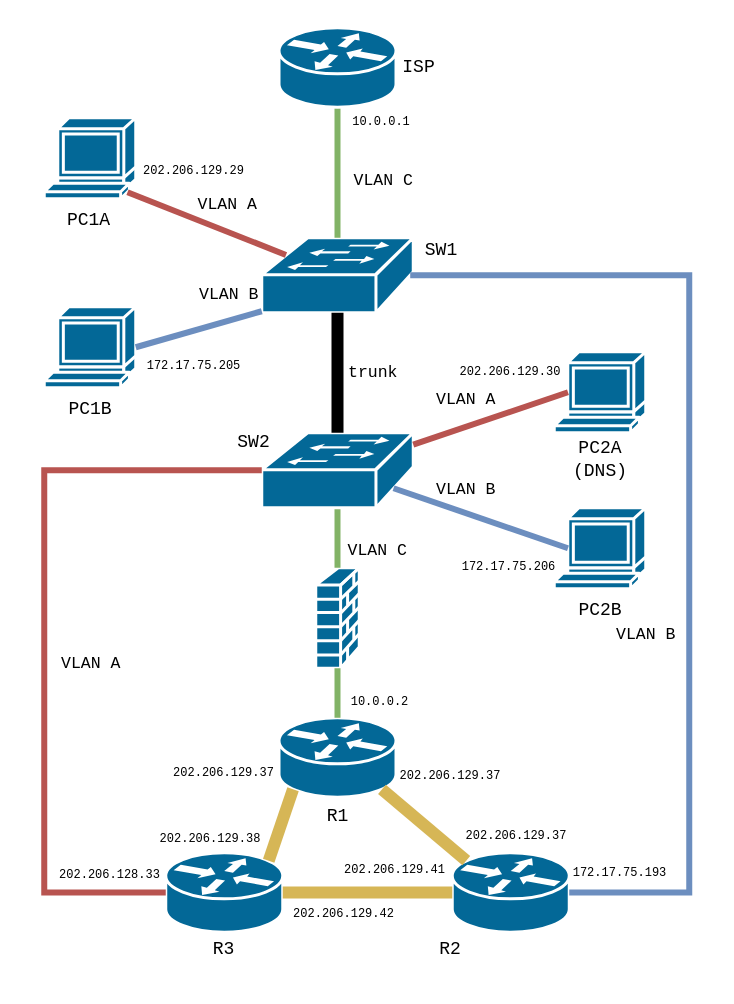
phatt-23/web keeps this draw.io diagram as topologie_s_adresami.drawio. Above is the earlier version. Source tidied: cells renumbered, new cells numbered last; positions are measured from the earlier drawing's top-left corner, leaving out a move shared by most shapes. Both pictures are drawn from the tidied source at 150%, with x=0, y=0 at pixel (44, 27).
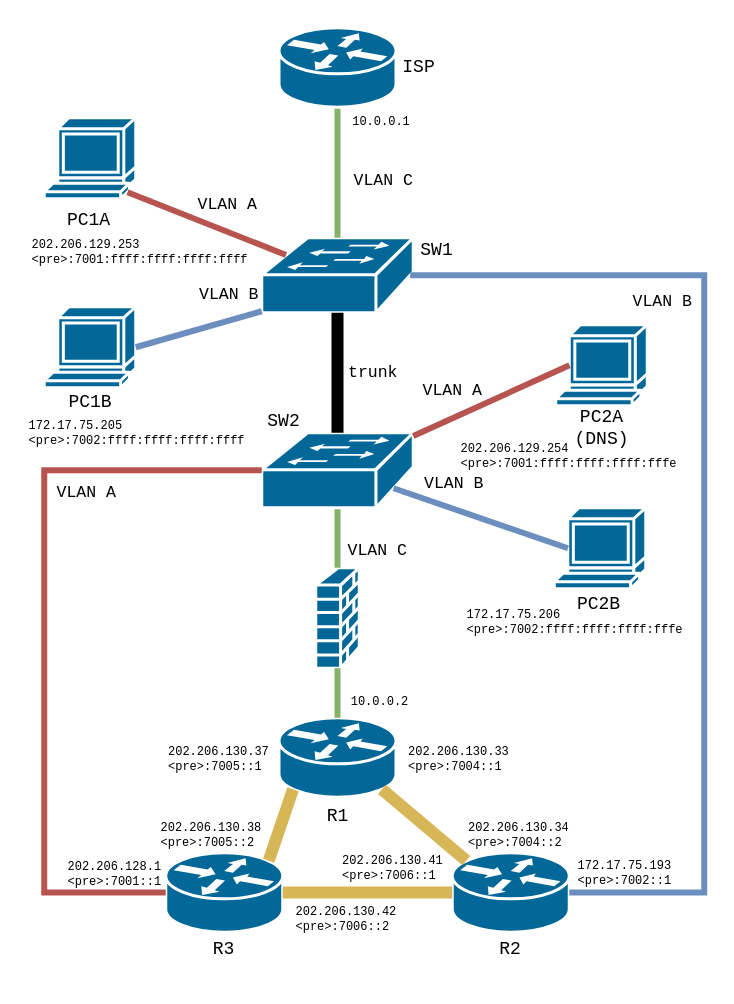
Above is the later version.

The change refers to these unchanged cells:
```xml
<mxCell id="2" style="shape=mxgraph.cisco.switches.workgroup_switch;sketch=0;html=1;dashed=0;fillColor=#036897;strokeColor=#ffffff;strokeWidth=2;verticalLabelPosition=bottom;verticalAlign=top;align=center;outlineConnect=0;" parent="1" vertex="1">
  <mxGeometry x="145" y="140" width="101" height="50" as="geometry" />
</mxCell>
<mxCell id="9" style="shape=mxgraph.cisco.routers.router;sketch=0;html=1;dashed=0;fillColor=#036897;strokeColor=#ffffff;strokeWidth=2;verticalLabelPosition=bottom;verticalAlign=top;align=center;outlineConnect=0;" parent="1" vertex="1">
  <mxGeometry x="272" y="550" width="78" height="53" as="geometry" />
</mxCell>
<mxCell id="29" style="edgeStyle=orthogonalEdgeStyle;rounded=0;jettySize=auto;html=1;entryX=0;entryY=0.5;entryDx=0;entryDy=0;entryPerimeter=0;fillColor=#f8cecc;strokeColor=#b85450;endArrow=none;endFill=0;strokeWidth=4;" parent="1" edge="1" source="8" target="10">
  <mxGeometry relative="1" as="geometry">
    <Array as="points">
      <mxPoint y="295" />
      <mxPoint y="577" />
      <mxPoint x="81" y="577" />
    </Array>
  </mxGeometry>
</mxCell>
```

The edit, as a diff of the source:
```diff
@@
     <mxCell id="11" style="shape=mxgraph.cisco.computers_and_peripherals.terminal;sketch=0;html=1;dashed=0;fillColor=#036897;strokeColor=#ffffff;strokeWidth=2;verticalLabelPosition=bottom;verticalAlign=top;align=center;outlineConnect=0;" parent="1" vertex="1">
-      <mxGeometry x="340" y="216" width="61" height="54" as="geometry" />
+      <mxGeometry x="341" y="198" width="61" height="54" as="geometry" />
     </mxCell>
@@
     <mxCell id="27" style="rounded=0;jettySize=auto;html=1;entryX=1;entryY=0.5;entryDx=0;entryDy=0;entryPerimeter=0;endArrow=none;endFill=0;edgeStyle=orthogonalEdgeStyle;fillColor=#dae8fc;strokeColor=#6c8ebf;strokeWidth=4;exitX=0.98;exitY=0.5;exitDx=0;exitDy=0;exitPerimeter=0;" parent="1" edge="1" source="2" target="9">
       <mxGeometry relative="1" as="geometry">
         <Array as="points">
-          <mxPoint x="430" y="165" />
-          <mxPoint x="430" y="577" />
+          <mxPoint x="440" y="165" />
+          <mxPoint x="440" y="577" />
         </Array>
       </mxGeometry>
     </mxCell>
     <mxCell id="28" value="&lt;pre&gt;VLAN B&lt;/pre&gt;" style="edgeLabel;html=1;align=center;verticalAlign=middle;labelBackgroundColor=none;" parent="27" vertex="1">
       <mxGeometry x="0.24" y="-1" relative="1" as="geometry">
-        <mxPoint x="-29" y="6" as="offset" />
+        <mxPoint x="-28" y="-218" as="offset" />
       </mxGeometry>
     </mxCell>
@@
     <mxCell id="30" value="&lt;pre&gt;VLAN A&lt;/pre&gt;" style="edgeLabel;html=1;align=center;verticalAlign=middle;labelBackgroundColor=none;" parent="29" vertex="1">
       <mxGeometry x="0.07" y="2" relative="1" as="geometry">
-        <mxPoint x="28" y="1" as="offset" />
+        <mxPoint x="25" y="-113" as="offset" />
       </mxGeometry>
     </mxCell>
@@
     <mxCell id="34" value="&lt;pre&gt;PC1B&lt;/pre&gt;" style="text;html=1;align=center;verticalAlign=middle;whiteSpace=wrap;rounded=0;" parent="1" vertex="1">
-      <mxGeometry x="0.5" y="240" width="60" height="30" as="geometry" />
+      <mxGeometry x="0.5" y="235" width="60" height="30" as="geometry" />
     </mxCell>
@@
     <mxCell id="36" value="&lt;pre&gt;SW1&lt;/pre&gt;" style="text;html=1;align=center;verticalAlign=middle;whiteSpace=wrap;rounded=0;" parent="1" vertex="1">
-      <mxGeometry x="234.5" y="134" width="60" height="30" as="geometry" />
+      <mxGeometry x="232" y="134" width="60" height="30" as="geometry" />
     </mxCell>
     <mxCell id="37" value="&lt;pre&gt;SW2&lt;/pre&gt;" style="text;html=1;align=center;verticalAlign=middle;whiteSpace=wrap;rounded=0;" parent="1" vertex="1">
-      <mxGeometry x="110" y="262" width="60" height="30" as="geometry" />
+      <mxGeometry x="130" y="248" width="60" height="30" as="geometry" />
     </mxCell>
     <mxCell id="38" value="&lt;pre&gt;PC2A&lt;br&gt;(DNS)&lt;br&gt;&lt;/pre&gt;" style="text;html=1;align=center;verticalAlign=middle;whiteSpace=wrap;rounded=0;" parent="1" vertex="1">
-      <mxGeometry x="341" y="273" width="60" height="30" as="geometry" />
+      <mxGeometry x="342" y="252" width="60" height="30" as="geometry" />
     </mxCell>
     <mxCell id="39" value="&lt;pre&gt;PC2B&lt;/pre&gt;" style="text;html=1;align=center;verticalAlign=middle;whiteSpace=wrap;rounded=0;" parent="1" vertex="1">
-      <mxGeometry x="341" y="374" width="60" height="30" as="geometry" />
+      <mxGeometry x="340" y="370" width="60" height="30" as="geometry" />
     </mxCell>
     <mxCell id="40" value="&lt;pre style=&quot;line-height: 0%;&quot;&gt;VLAN A&lt;/pre&gt;" style="edgeLabel;html=1;align=center;verticalAlign=middle;labelBackgroundColor=none;" parent="1" vertex="1">
-      <mxGeometry x="280" y="246" as="geometry" />
+      <mxGeometry x="271" y="240" as="geometry" />
     </mxCell>
     <mxCell id="41" value="&lt;pre&gt;VLAN B&lt;/pre&gt;" style="edgeLabel;html=1;align=center;verticalAlign=middle;labelBackgroundColor=none;" parent="1" vertex="1">
-      <mxGeometry x="280" y="307" as="geometry" />
+      <mxGeometry x="272" y="303" as="geometry" />
     </mxCell>
@@
     <mxCell id="44" value="&lt;pre&gt;R2&lt;br&gt;&lt;/pre&gt;" style="text;html=1;align=center;verticalAlign=middle;whiteSpace=wrap;rounded=0;" parent="1" vertex="1">
-      <mxGeometry x="241" y="600" width="60" height="30" as="geometry" />
+      <mxGeometry x="281" y="600" width="60" height="30" as="geometry" />
     </mxCell>
@@
-    <mxCell id="46" value="&lt;pre style=&quot;font-size: 11px;&quot;&gt;&lt;font style=&quot;font-size: 8px;&quot;&gt;202.206.129.29&lt;/font&gt;&lt;/pre&gt;" style="text;html=1;align=center;verticalAlign=middle;whiteSpace=wrap;rounded=0;" parent="1" vertex="1">
-      <mxGeometry x="70" y="80" width="60" height="30" as="geometry" />
+    <mxCell id="46" value="&lt;div align=&quot;left&quot;&gt;&lt;pre style=&quot;font-size: 8px;&quot;&gt;&lt;font style=&quot;font-size: 8px;&quot;&gt;202.206.129.253&lt;br&gt;&amp;lt;pre&amp;gt;:7001:ffff:ffff:ffff:ffff&lt;/font&gt;&lt;/pre&gt;&lt;/div&gt;" style="text;html=1;align=left;verticalAlign=middle;whiteSpace=wrap;rounded=0;" parent="1" vertex="1">
+      <mxGeometry x="-10" y="134" width="150" height="30" as="geometry" />
     </mxCell>
@@
-    <mxCell id="48" value="&lt;pre style=&quot;font-size: 11px;&quot;&gt;&lt;font style=&quot;font-size: 8px;&quot;&gt;202.206.129.30&lt;/font&gt;&lt;/pre&gt;" style="text;html=1;align=center;verticalAlign=middle;whiteSpace=wrap;rounded=0;" parent="1" vertex="1">
-      <mxGeometry x="281" y="214" width="60" height="30" as="geometry" />
+    <mxCell id="48" value="&lt;div align=&quot;left&quot;&gt;&lt;pre style=&quot;font-size: 8px;&quot;&gt;&lt;font style=&quot;font-size: 8px;&quot;&gt;202.206.129.254&lt;br&gt;&lt;font style=&quot;font-size: 8px;&quot;&gt;&amp;lt;pre&amp;gt;:7001:ffff:ffff:ffff:fffe&lt;/font&gt;&lt;/font&gt;&lt;/pre&gt;&lt;/div&gt;" style="text;html=1;align=left;verticalAlign=middle;whiteSpace=wrap;rounded=0;" parent="1" vertex="1">
+      <mxGeometry x="276" y="270" width="154" height="30" as="geometry" />
     </mxCell>
-    <mxCell id="49" value="&lt;pre&gt;&lt;font style=&quot;font-size: 8px;&quot;&gt;172.17.75.205&lt;/font&gt;&lt;/pre&gt;" style="text;html=1;align=center;verticalAlign=middle;whiteSpace=wrap;rounded=0;" parent="1" vertex="1">
-      <mxGeometry x="70" y="210" width="60" height="30" as="geometry" />
+    <mxCell id="49" value="&lt;div align=&quot;left&quot;&gt;&lt;pre style=&quot;font-size: 8px;&quot;&gt;&lt;font style=&quot;font-size: 8px;&quot;&gt;172.17.75.205&lt;br&gt;&lt;/font&gt;&lt;font style=&quot;font-size: 8px;&quot;&gt;&amp;lt;pre&amp;gt;:7002:ffff:ffff:ffff:ffff&lt;/font&gt;&lt;/pre&gt;&lt;/div&gt;" style="text;html=1;align=left;verticalAlign=middle;whiteSpace=wrap;rounded=0;" parent="1" vertex="1">
+      <mxGeometry x="-12" y="255" width="154" height="30" as="geometry" />
     </mxCell>
-    <mxCell id="50" value="&lt;pre&gt;&lt;font style=&quot;font-size: 8px;&quot;&gt;172.17.75.206&lt;/font&gt;&lt;/pre&gt;" style="text;html=1;align=center;verticalAlign=middle;whiteSpace=wrap;rounded=0;" parent="1" vertex="1">
-      <mxGeometry x="280" y="344" width="60" height="30" as="geometry" />
+    <mxCell id="50" value="&lt;div align=&quot;left&quot;&gt;&lt;pre style=&quot;font-size: 8px;&quot;&gt;&lt;font style=&quot;font-size: 8px;&quot;&gt;172.17.75.206&lt;br&gt;&amp;lt;pre&amp;gt;:7002:ffff:ffff:ffff:fffe&lt;/font&gt;&lt;/pre&gt;&lt;/div&gt;" style="text;html=1;align=left;verticalAlign=middle;whiteSpace=wrap;rounded=0;" parent="1" vertex="1">
+      <mxGeometry x="280" y="381" width="150" height="30" as="geometry" />
     </mxCell>
-    <mxCell id="51" value="&lt;pre style=&quot;font-size: 8px;&quot;&gt;202.206.128.33&lt;/pre&gt;" style="text;html=1;align=center;verticalAlign=middle;whiteSpace=wrap;rounded=0;" parent="1" vertex="1">
-      <mxGeometry x="14" y="549" width="60" height="30" as="geometry" />
+    <mxCell id="51" value="&lt;div align=&quot;left&quot;&gt;&lt;pre style=&quot;font-size: 8px;&quot;&gt;&lt;font style=&quot;font-size: 8px;&quot;&gt;202.206.128.1&lt;br&gt;&amp;lt;pre&amp;gt;:7001::1&lt;/font&gt;&lt;/pre&gt;&lt;/div&gt;" style="text;html=1;align=left;verticalAlign=middle;whiteSpace=wrap;rounded=0;" parent="1" vertex="1">
+      <mxGeometry x="14" y="549" width="86" height="30" as="geometry" />
     </mxCell>
-    <mxCell id="52" value="&lt;pre style=&quot;font-size: 8px;&quot;&gt;172.17.75.193&lt;/pre&gt;" style="text;html=1;align=center;verticalAlign=middle;whiteSpace=wrap;rounded=0;" parent="1" vertex="1">
-      <mxGeometry x="354" y="548" width="60" height="30" as="geometry" />
+    <mxCell id="52" value="&lt;div align=&quot;left&quot;&gt;&lt;pre style=&quot;font-size: 8px;&quot;&gt;&lt;font style=&quot;font-size: 8px;&quot;&gt;172.17.75.193&lt;br&gt;&amp;lt;pre&amp;gt;:7002::1&lt;/font&gt;&lt;/pre&gt;&lt;/div&gt;" style="text;html=1;align=left;verticalAlign=middle;whiteSpace=wrap;rounded=0;" parent="1" vertex="1">
+      <mxGeometry x="354" y="548" width="76" height="30" as="geometry" />
     </mxCell>
-    <mxCell id="53" value="&lt;pre&gt;&lt;font style=&quot;font-size: 8px;&quot;&gt;202.206.129.37&lt;/font&gt;&lt;/pre&gt;" style="text;html=1;align=center;verticalAlign=middle;whiteSpace=wrap;rounded=0;" parent="1" vertex="1">
-      <mxGeometry x="241" y="483" width="60" height="30" as="geometry" />
+    <mxCell id="53" value="&lt;div align=&quot;left&quot;&gt;&lt;pre style=&quot;font-size: 8px;&quot;&gt;&lt;font style=&quot;font-size: 8px;&quot;&gt;202.206.130.33&lt;br&gt;&amp;lt;pre&amp;gt;:7004::1&lt;/font&gt;&lt;/pre&gt;&lt;/div&gt;" style="text;html=1;align=left;verticalAlign=middle;whiteSpace=wrap;rounded=0;" parent="1" vertex="1">
+      <mxGeometry x="241" y="471.5" width="89" height="30" as="geometry" />
     </mxCell>
-    <mxCell id="54" value="&lt;pre&gt;&lt;font style=&quot;font-size: 8px;&quot;&gt;202.206.129.37&lt;/font&gt;&lt;/pre&gt;" style="text;html=1;align=center;verticalAlign=middle;whiteSpace=wrap;rounded=0;" parent="1" vertex="1">
-      <mxGeometry x="285" y="523" width="60" height="30" as="geometry" />
+    <mxCell id="54" value="&lt;div align=&quot;left&quot;&gt;&lt;pre style=&quot;font-size: 8px;&quot;&gt;&lt;font style=&quot;font-size: 8px;&quot;&gt;202.206.130.34&lt;br&gt;&amp;lt;pre&amp;gt;:7004::2&lt;/font&gt;&lt;/pre&gt;&lt;/div&gt;" style="text;html=1;align=left;verticalAlign=middle;whiteSpace=wrap;rounded=0;" parent="1" vertex="1">
+      <mxGeometry x="281" y="523" width="80" height="30" as="geometry" />
     </mxCell>
-    <mxCell id="55" value="&lt;pre&gt;&lt;font style=&quot;font-size: 8px;&quot;&gt;202.206.129.37&lt;/font&gt;&lt;/pre&gt;" style="text;html=1;align=center;verticalAlign=middle;whiteSpace=wrap;rounded=0;" parent="1" vertex="1">
-      <mxGeometry x="90" y="481" width="60" height="30" as="geometry" />
+    <mxCell id="55" value="&lt;div align=&quot;left&quot;&gt;&lt;pre style=&quot;font-size: 8px;&quot;&gt;&lt;font style=&quot;font-size: 8px;&quot;&gt;202.206.130.37&lt;br&gt;&amp;lt;pre&amp;gt;:7005::1&lt;/font&gt;&lt;/pre&gt;&lt;/div&gt;" style="text;html=1;align=left;verticalAlign=middle;whiteSpace=wrap;rounded=0;" parent="1" vertex="1">
+      <mxGeometry x="81" y="471.5" width="110" height="30" as="geometry" />
     </mxCell>
-    <mxCell id="56" value="&lt;pre&gt;&lt;font style=&quot;font-size: 8px;&quot;&gt;202.206.129.38&lt;/font&gt;&lt;/pre&gt;" style="text;html=1;align=center;verticalAlign=middle;whiteSpace=wrap;rounded=0;" parent="1" vertex="1">
-      <mxGeometry x="81" y="525" width="60" height="30" as="geometry" />
+    <mxCell id="56" value="&lt;div align=&quot;left&quot;&gt;&lt;pre style=&quot;font-size: 8px;&quot;&gt;&lt;font style=&quot;font-size: 8px;&quot;&gt;202.206.130.38&lt;br&gt;&amp;lt;pre&amp;gt;:7005::2&lt;/font&gt;&lt;/pre&gt;&lt;/div&gt;" style="text;html=1;align=left;verticalAlign=middle;whiteSpace=wrap;rounded=0;" parent="1" vertex="1">
+      <mxGeometry x="76" y="523" width="105" height="30" as="geometry" />
     </mxCell>
-    <mxCell id="57" value="&lt;pre style=&quot;font-size: 11px;&quot;&gt;&lt;font style=&quot;font-size: 8px;&quot;&gt;202.206.129.42&lt;/font&gt;&lt;/pre&gt;" style="text;html=1;align=center;verticalAlign=middle;whiteSpace=wrap;rounded=0;" parent="1" vertex="1">
-      <mxGeometry x="170" y="575" width="60" height="30" as="geometry" />
+    <mxCell id="57" value="&lt;div align=&quot;left&quot;&gt;&lt;pre style=&quot;font-size: 8px;&quot;&gt;&lt;font style=&quot;font-size: 8px;&quot;&gt;202.206.130.42&lt;br&gt;&lt;/font&gt;&lt;font style=&quot;font-size: 8px;&quot;&gt;&amp;lt;pre&amp;gt;:7006::2&lt;/font&gt;&lt;/pre&gt;&lt;/div&gt;" style="text;html=1;align=left;verticalAlign=middle;whiteSpace=wrap;rounded=0;" parent="1" vertex="1">
+      <mxGeometry x="165.5" y="579" width="84.5" height="30" as="geometry" />
     </mxCell>
-    <mxCell id="58" value="&lt;pre style=&quot;font-size: 11px;&quot;&gt;&lt;font style=&quot;font-size: 8px;&quot;&gt;202.206.129.41&lt;/font&gt;&lt;/pre&gt;" style="text;html=1;align=center;verticalAlign=middle;whiteSpace=wrap;rounded=0;" parent="1" vertex="1">
-      <mxGeometry x="204" y="546" width="60" height="30" as="geometry" />
+    <mxCell id="58" value="&lt;div align=&quot;left&quot;&gt;&lt;pre style=&quot;font-size: 8px;&quot;&gt;&lt;font style=&quot;font-size: 8px;&quot;&gt;202.206.130.41&lt;br&gt;&amp;lt;pre&amp;gt;:7006::1&lt;/font&gt;&lt;/pre&gt;&lt;/div&gt;" style="text;html=1;align=left;verticalAlign=middle;whiteSpace=wrap;rounded=0;" parent="1" vertex="1">
+      <mxGeometry x="197" y="545" width="76" height="30" as="geometry" />
     </mxCell>
```
